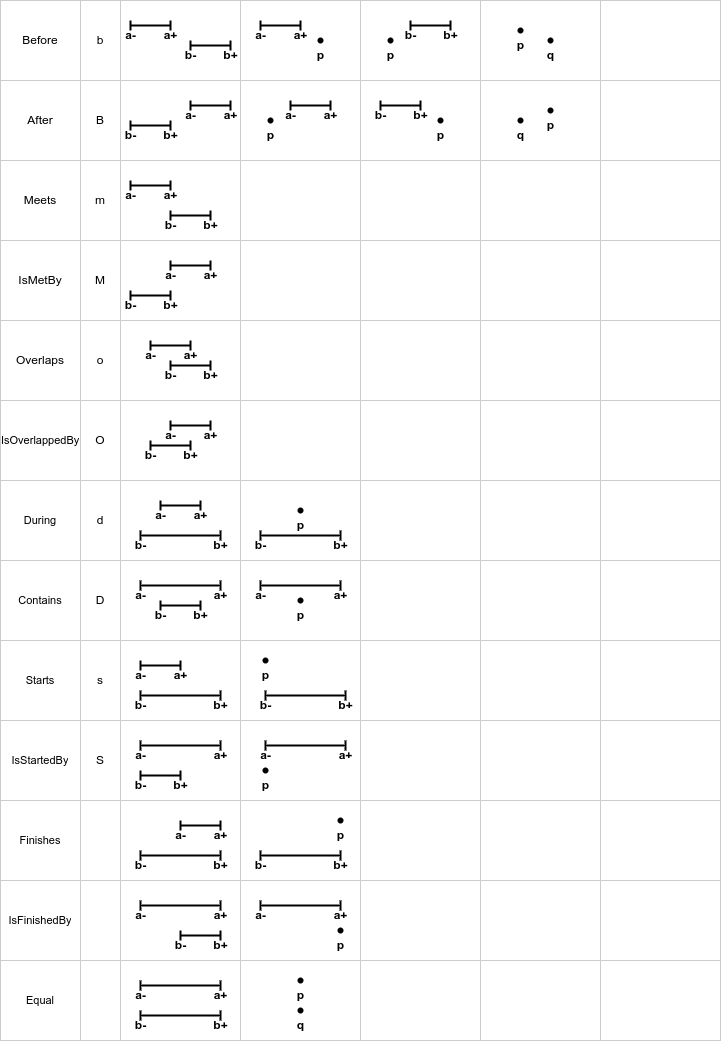
gchudnov/mindthegap keeps this draw.io diagram as res/relations.png. Above is the earlier version. Source tidied: cells renumbered, new cells last; positions are measured from the earlier drawing's top-left corner, leaving out a move shared by most shapes.
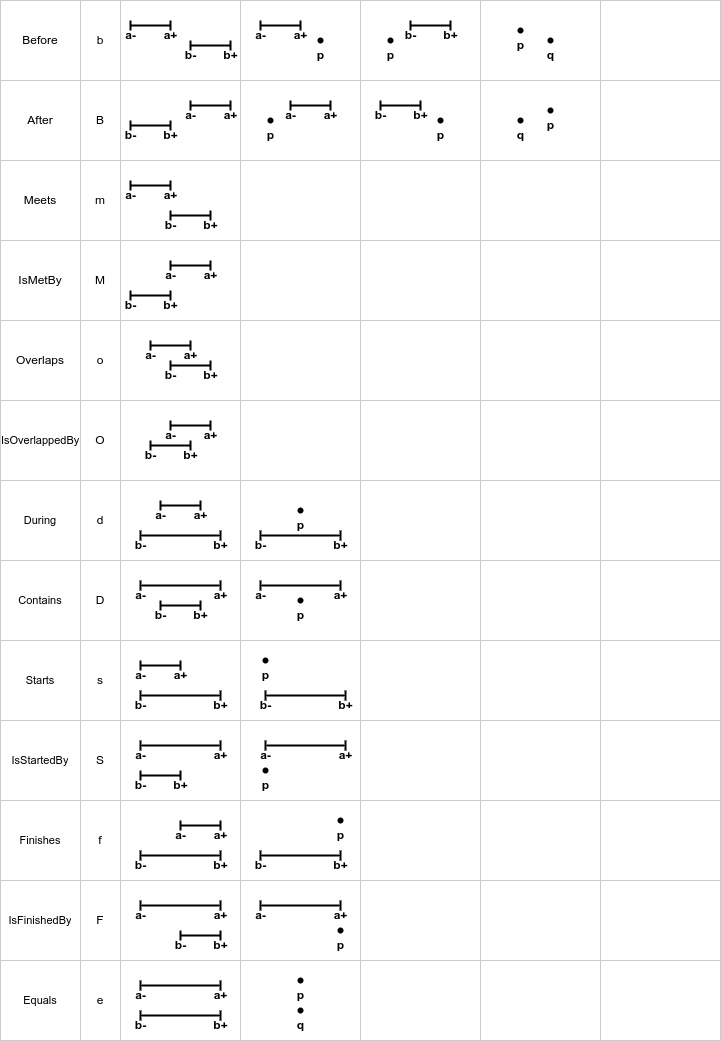
After the commit.

Change to the diagram source:
```diff
@@ -251,7 +251,7 @@
     <mxCell id="84" value="Finishes" style="shape=partialRectangle;html=1;whiteSpace=wrap;fillColor=none;top=0;left=0;bottom=0;right=0;overflow=hidden;fontSize=11;" parent="83" vertex="1">
       <mxGeometry width="80" height="80" as="geometry" />
     </mxCell>
-    <mxCell id="85" style="shape=partialRectangle;html=1;whiteSpace=wrap;fillColor=none;top=0;left=0;bottom=0;right=0;overflow=hidden;" parent="83" vertex="1">
+    <mxCell id="85" value="f" style="shape=partialRectangle;html=1;whiteSpace=wrap;fillColor=none;top=0;left=0;bottom=0;right=0;overflow=hidden;" parent="83" vertex="1">
       <mxGeometry x="80" width="40" height="80" as="geometry" />
     </mxCell>
     <mxCell id="86" style="shape=partialRectangle;html=1;whiteSpace=wrap;fillColor=none;top=0;left=0;bottom=0;right=0;overflow=hidden;" parent="83" vertex="1">
@@ -275,7 +275,7 @@
     <mxCell id="92" value="IsFinishedBy" style="shape=partialRectangle;html=1;whiteSpace=wrap;fillColor=none;top=0;left=0;bottom=0;right=0;overflow=hidden;fontSize=11;" parent="91" vertex="1">
       <mxGeometry width="80" height="80" as="geometry" />
     </mxCell>
-    <mxCell id="93" style="shape=partialRectangle;html=1;whiteSpace=wrap;fillColor=none;top=0;left=0;bottom=0;right=0;overflow=hidden;" parent="91" vertex="1">
+    <mxCell id="93" value="F" style="shape=partialRectangle;html=1;whiteSpace=wrap;fillColor=none;top=0;left=0;bottom=0;right=0;overflow=hidden;" parent="91" vertex="1">
       <mxGeometry x="80" width="40" height="80" as="geometry" />
     </mxCell>
     <mxCell id="94" style="shape=partialRectangle;html=1;whiteSpace=wrap;fillColor=none;top=0;left=0;bottom=0;right=0;overflow=hidden;" parent="91" vertex="1">
@@ -296,10 +296,10 @@
     <mxCell id="99" style="shape=partialRectangle;html=1;whiteSpace=wrap;fillColor=none;top=0;left=0;bottom=0;right=0;" parent="2" vertex="1">
       <mxGeometry y="960" width="720" height="80" as="geometry" />
     </mxCell>
-    <mxCell id="100" value="Equal" style="shape=partialRectangle;html=1;whiteSpace=wrap;fillColor=none;top=0;left=0;bottom=0;right=0;overflow=hidden;fontSize=11;" parent="99" vertex="1">
+    <mxCell id="100" value="Equals" style="shape=partialRectangle;html=1;whiteSpace=wrap;fillColor=none;top=0;left=0;bottom=0;right=0;overflow=hidden;fontSize=11;" parent="99" vertex="1">
       <mxGeometry width="80" height="80" as="geometry" />
     </mxCell>
-    <mxCell id="101" style="shape=partialRectangle;html=1;whiteSpace=wrap;fillColor=none;top=0;left=0;bottom=0;right=0;overflow=hidden;" parent="99" vertex="1">
+    <mxCell id="101" value="e" style="shape=partialRectangle;html=1;whiteSpace=wrap;fillColor=none;top=0;left=0;bottom=0;right=0;overflow=hidden;" parent="99" vertex="1">
       <mxGeometry x="80" width="40" height="80" as="geometry" />
     </mxCell>
     <mxCell id="102" style="shape=partialRectangle;html=1;whiteSpace=wrap;fillColor=none;top=0;left=0;bottom=0;right=0;overflow=hidden;" parent="99" vertex="1">
```
